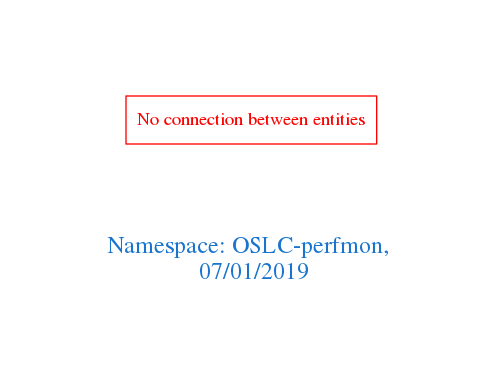
The Graphviz diagram downloads/OSLC-perfmon.png in arago/OGIT, before a commit. Its source is kept beside it as downloads/OSLC-perfmon.dot.
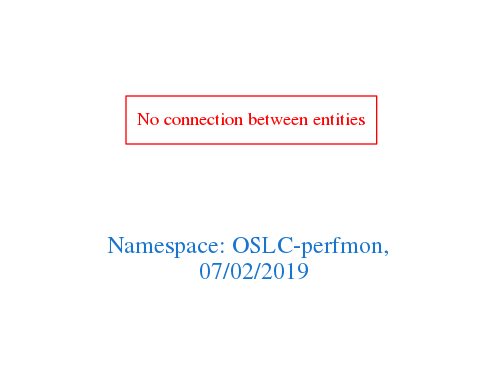
The same diagram one commit later.

The edit, as a diff of the source:
```diff
@@ -1,7 +1,7 @@
 digraph OGIT_ontology {
  graph [ rankdir= LR,pad=1
 fontsize = 18,
-fontcolor= dodgerblue3,label = "\n\n\nNamespace: OSLC-perfmon, \n 07/01/2019"];
+fontcolor= dodgerblue3,label = "\n\n\nNamespace: OSLC-perfmon, \n 07/02/2019"];
 node[shape=polygon];
 edge [  color="gray81"];
 
```
